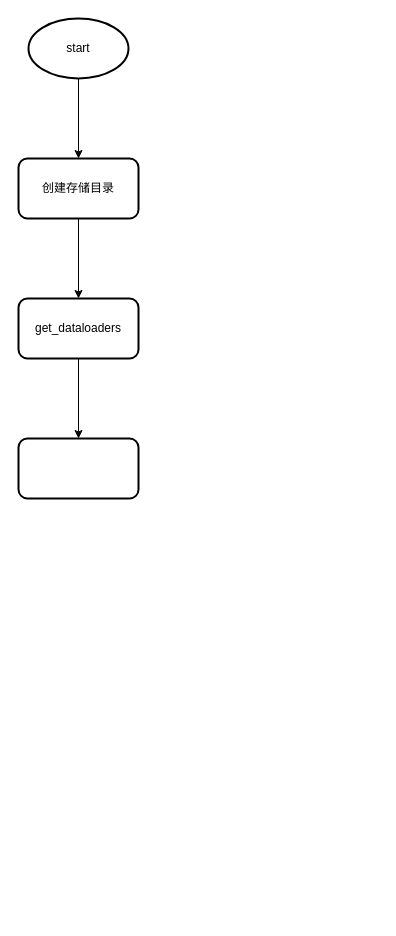
The draw.io diagram page "run" (3 of 6) of Flows/AnomalyDetection/PatchCore.drawio in QWERDF007/Notebooks, before the edit. Source tidied: cells renumbered, new cells numbered last; positions are measured from the earlier drawing's top-left corner, leaving out a move shared by most shapes. Both pictures are drawn from the tidied source at 100%, with x=0, y=0 at pixel (18, 18).
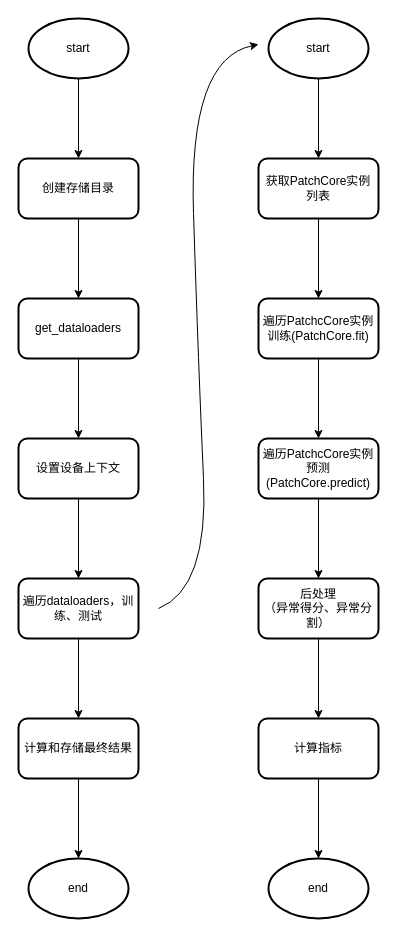
After the change.

Change to the diagram source:
```diff
@@
+    <mxCell id="9" style="edgeStyle=orthogonalEdgeStyle;rounded=0;jettySize=auto;html=1;" parent="1" edge="1" source="8" target="13">
+      <mxGeometry relative="1" as="geometry" />
+    </mxCell>
-    <mxCell id="8" style="rounded=1;whiteSpace=wrap;html=1;strokeWidth=2;" parent="1" vertex="1">
+    <mxCell id="8" value="设置设备上下文" style="rounded=1;whiteSpace=wrap;html=1;strokeWidth=2;" parent="1" vertex="1">
       <mxGeometry y="420" width="120" height="60" as="geometry" />
     </mxCell>
+    <mxCell id="10" style="edgeStyle=orthogonalEdgeStyle;rounded=0;jettySize=auto;html=1;" parent="1" edge="1" source="11" target="17">
+      <mxGeometry relative="1" as="geometry" />
+    </mxCell>
+    <mxCell id="11" value="遍历PatchcCore实例训练(PatchCore.fit)" style="rounded=1;whiteSpace=wrap;html=1;strokeWidth=2;" parent="1" vertex="1">
+      <mxGeometry x="240" y="280" width="120" height="60" as="geometry" />
+    </mxCell>
+    <mxCell id="12" style="edgeStyle=orthogonalEdgeStyle;rounded=0;jettySize=auto;html=1;" parent="1" edge="1" source="13" target="25">
+      <mxGeometry relative="1" as="geometry" />
+    </mxCell>
+    <mxCell id="13" value="遍历dataloaders，训练、测试" style="rounded=1;whiteSpace=wrap;html=1;strokeWidth=2;" parent="1" vertex="1">
+      <mxGeometry y="560" width="120" height="60" as="geometry" />
+    </mxCell>
+    <mxCell id="14" style="edgeStyle=orthogonalEdgeStyle;rounded=0;jettySize=auto;html=1;" parent="1" edge="1" source="15" target="21">
+      <mxGeometry relative="1" as="geometry" />
+    </mxCell>
+    <mxCell id="15" value="start" style="strokeWidth=2;html=1;shape=mxgraph.flowchart.start_1;whiteSpace=wrap;" parent="1" vertex="1">
+      <mxGeometry x="250" width="100" height="60" as="geometry" />
+    </mxCell>
+    <mxCell id="16" style="edgeStyle=orthogonalEdgeStyle;rounded=0;jettySize=auto;html=1;" parent="1" edge="1" source="17" target="19">
+      <mxGeometry relative="1" as="geometry" />
+    </mxCell>
+    <mxCell id="17" value="遍历PatchcCore实例预测(PatchCore.predict)" style="rounded=1;whiteSpace=wrap;html=1;strokeWidth=2;" parent="1" vertex="1">
+      <mxGeometry x="240" y="420" width="120" height="60" as="geometry" />
+    </mxCell>
+    <mxCell id="18" style="edgeStyle=orthogonalEdgeStyle;rounded=0;jettySize=auto;html=1;" parent="1" edge="1" source="19" target="23">
+      <mxGeometry relative="1" as="geometry" />
+    </mxCell>
+    <mxCell id="19" value="后处理&lt;br&gt;（异常得分、异常分割）" style="rounded=1;whiteSpace=wrap;html=1;strokeWidth=2;" parent="1" vertex="1">
+      <mxGeometry x="240" y="560" width="120" height="60" as="geometry" />
+    </mxCell>
+    <mxCell id="20" style="edgeStyle=orthogonalEdgeStyle;rounded=0;jettySize=auto;html=1;" parent="1" edge="1" source="21" target="11">
+      <mxGeometry relative="1" as="geometry" />
+    </mxCell>
+    <mxCell id="21" value="获取PatchCore实例&lt;br&gt;列表" style="rounded=1;whiteSpace=wrap;html=1;strokeWidth=2;" parent="1" vertex="1">
+      <mxGeometry x="240" y="140" width="120" height="60" as="geometry" />
+    </mxCell>
+    <mxCell id="22" style="edgeStyle=orthogonalEdgeStyle;rounded=0;jettySize=auto;html=1;" parent="1" edge="1" source="23" target="28">
+      <mxGeometry relative="1" as="geometry" />
+    </mxCell>
+    <mxCell id="23" value="计算指标" style="rounded=1;whiteSpace=wrap;html=1;strokeWidth=2;" parent="1" vertex="1">
+      <mxGeometry x="240" y="700" width="120" height="60" as="geometry" />
+    </mxCell>
+    <mxCell id="24" style="edgeStyle=orthogonalEdgeStyle;rounded=0;jettySize=auto;html=1;" parent="1" edge="1" source="25" target="26">
+      <mxGeometry relative="1" as="geometry" />
+    </mxCell>
+    <mxCell id="25" value="计算和存储最终结果" style="rounded=1;whiteSpace=wrap;html=1;strokeWidth=2;" parent="1" vertex="1">
+      <mxGeometry y="700" width="120" height="60" as="geometry" />
+    </mxCell>
+    <mxCell id="26" value="end" style="strokeWidth=2;html=1;shape=mxgraph.flowchart.start_1;whiteSpace=wrap;" parent="1" vertex="1">
+      <mxGeometry x="10" y="840" width="100" height="60" as="geometry" />
+    </mxCell>
+    <mxCell id="27" style="curved=1;endArrow=classic;html=1;rounded=0;" parent="1" edge="1">
+      <mxGeometry relative="1" as="geometry">
+        <mxPoint x="140" y="590" as="sourcePoint" />
+        <mxPoint x="240" y="26" as="targetPoint" />
+        <Array as="points">
+          <mxPoint x="190" y="570" />
+          <mxPoint x="180" y="350" />
+          <mxPoint x="170" y="40" />
+        </Array>
+      </mxGeometry>
+    </mxCell>
+    <mxCell id="28" value="end" style="strokeWidth=2;html=1;shape=mxgraph.flowchart.start_1;whiteSpace=wrap;" parent="1" vertex="1">
+      <mxGeometry x="250" y="840" width="100" height="60" as="geometry" />
+    </mxCell>
```
